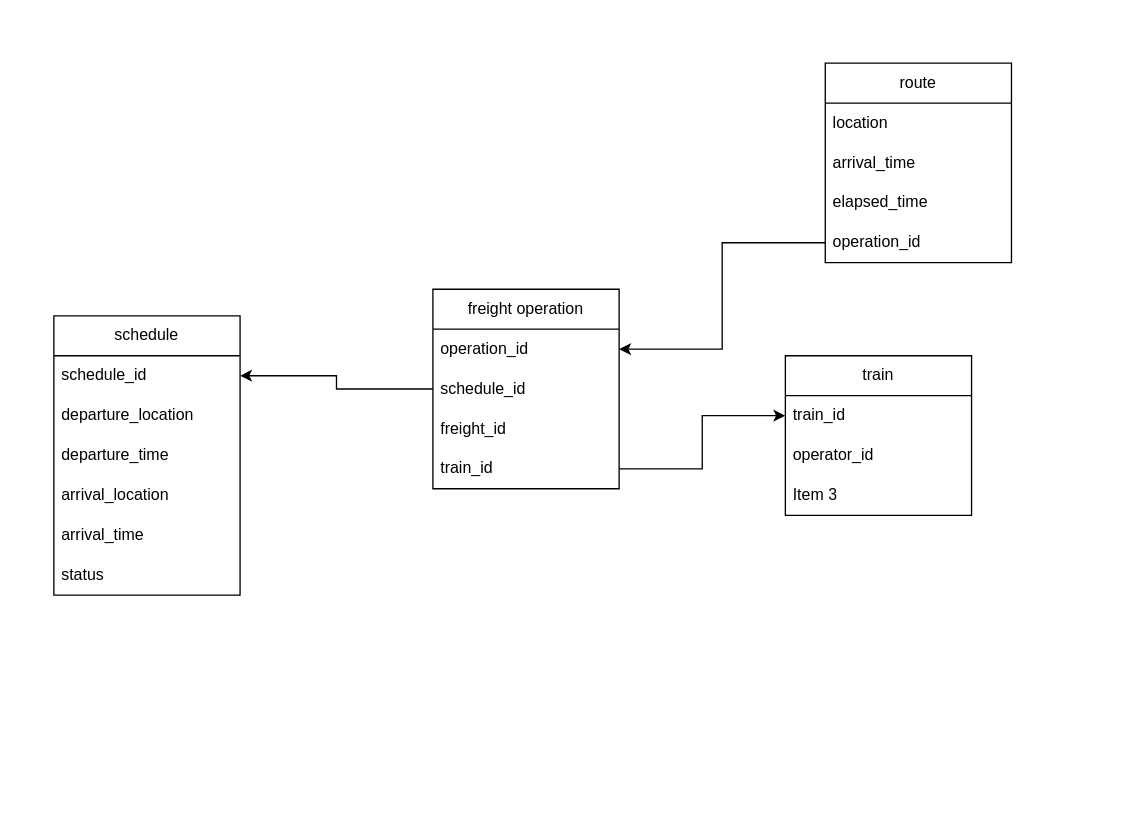
Earlier version of the draw.io diagram Untitled Diagram.drawio (Cconstantinee/test101). Source tidied: cells renumbered, new cells numbered last; positions are measured from the earlier drawing's top-left corner, leaving out a move shared by most shapes. Both pictures are drawn from the tidied source at 133%, with x=0, y=0 at pixel (53, 63).
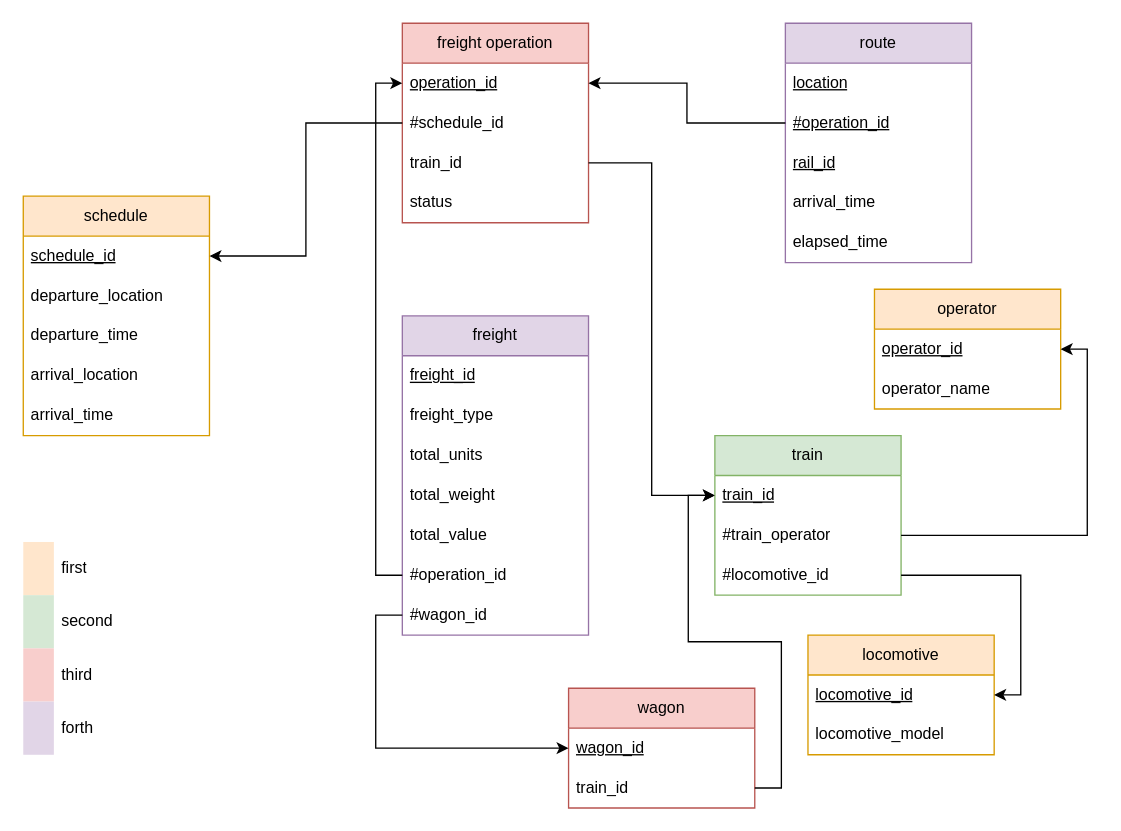
The same page after the edit.

The edit, as a diff of the source:
```diff
@@
-    <mxCell id="2" value="schedule" style="swimlane;fontStyle=0;horizontal=1;startSize=30;whiteSpace=wrap;html=1;" parent="1" vertex="1">
-      <mxGeometry y="190" width="140" height="210" as="geometry" />
+    <mxCell id="2" value="schedule" style="swimlane;fontStyle=0;horizontal=1;startSize=30;whiteSpace=wrap;html=1;fillColor=#ffe6cc;strokeColor=#d79b00;" parent="1" vertex="1">
+      <mxGeometry x="-23" y="100" width="140" height="180" as="geometry" />
     </mxCell>
-    <mxCell id="3" value="schedule_id" style="text;strokeColor=none;fillColor=none;align=left;verticalAlign=middle;spacingLeft=4;spacingRight=4;overflow=hidden;points=[[0,0.5],[1,0.5]];portConstraint=eastwest;whiteSpace=wrap;html=1;" parent="2" vertex="1">
+    <mxCell id="3" value="schedule_id" style="text;strokeColor=none;fillColor=none;align=left;verticalAlign=middle;spacingLeft=4;spacingRight=4;overflow=hidden;points=[[0,0.5],[1,0.5]];portConstraint=eastwest;whiteSpace=wrap;html=1;fontStyle=4;" parent="2" vertex="1">
       <mxGeometry y="30" width="140" height="30" as="geometry" />
     </mxCell>
@@
-    <mxCell id="8" value="status" style="text;strokeColor=none;fillColor=none;align=left;verticalAlign=middle;spacingLeft=4;spacingRight=4;overflow=hidden;whiteSpace=wrap;html=1;" parent="2" vertex="1">
-      <mxGeometry y="180" width="140" height="30" as="geometry" />
-    </mxCell>
-    <mxCell id="9" value="train" style="swimlane;fontStyle=0;horizontal=1;startSize=30;whiteSpace=wrap;html=1;" parent="1" vertex="1">
-      <mxGeometry x="550" y="220" width="140" height="120" as="geometry" />
+    <mxCell id="9" value="locomotive" style="swimlane;fontStyle=0;horizontal=1;startSize=30;whiteSpace=wrap;html=1;fillColor=#ffe6cc;strokeColor=#d79b00;" parent="1" vertex="1">
+      <mxGeometry x="567" y="430" width="140" height="90" as="geometry" />
     </mxCell>
-    <mxCell id="10" value="train_id" style="text;strokeColor=none;fillColor=none;align=left;verticalAlign=middle;spacingLeft=4;spacingRight=4;overflow=hidden;points=[[0,0.5],[1,0.5]];portConstraint=eastwest;whiteSpace=wrap;html=1;" parent="9" vertex="1">
+    <mxCell id="10" value="locomotive_id" style="text;strokeColor=none;fillColor=none;align=left;verticalAlign=middle;spacingLeft=4;spacingRight=4;overflow=hidden;points=[[0,0.5],[1,0.5]];portConstraint=eastwest;whiteSpace=wrap;html=1;fontStyle=4;" parent="9" vertex="1">
       <mxGeometry y="30" width="140" height="30" as="geometry" />
     </mxCell>
-    <mxCell id="11" value="operator_id" style="text;strokeColor=none;fillColor=none;align=left;verticalAlign=middle;spacingLeft=4;spacingRight=4;overflow=hidden;whiteSpace=wrap;html=1;" parent="9" vertex="1">
+    <mxCell id="11" value="locomotive_model" style="text;strokeColor=none;fillColor=none;align=left;verticalAlign=middle;spacingLeft=4;spacingRight=4;overflow=hidden;whiteSpace=wrap;html=1;" parent="9" vertex="1">
       <mxGeometry y="60" width="140" height="30" as="geometry" />
     </mxCell>
-    <mxCell id="12" value="Item 3" style="text;strokeColor=none;fillColor=none;align=left;verticalAlign=middle;spacingLeft=4;spacingRight=4;overflow=hidden;whiteSpace=wrap;html=1;" parent="9" vertex="1">
-      <mxGeometry y="90" width="140" height="30" as="geometry" />
-    </mxCell>
-    <mxCell id="13" value="freight operation" style="swimlane;fontStyle=0;horizontal=1;startSize=30;whiteSpace=wrap;html=1;" parent="1" vertex="1">
-      <mxGeometry x="285" y="170" width="140" height="150" as="geometry" />
+    <mxCell id="13" value="freight operation" style="swimlane;fontStyle=0;horizontal=1;startSize=30;whiteSpace=wrap;html=1;fillColor=#f8cecc;strokeColor=#b85450;" parent="1" vertex="1">
+      <mxGeometry x="262" y="-30" width="140" height="150" as="geometry" />
     </mxCell>
-    <mxCell id="14" value="operation_id" style="text;strokeColor=none;fillColor=none;align=left;verticalAlign=middle;spacingLeft=4;spacingRight=4;overflow=hidden;points=[[0,0.5],[1,0.5]];portConstraint=eastwest;whiteSpace=wrap;html=1;" parent="13" vertex="1">
+    <mxCell id="14" value="operation_id" style="text;strokeColor=none;fillColor=none;align=left;verticalAlign=middle;spacingLeft=4;spacingRight=4;overflow=hidden;points=[[0,0.5],[1,0.5]];portConstraint=eastwest;whiteSpace=wrap;html=1;fontStyle=4;" parent="13" vertex="1">
       <mxGeometry y="30" width="140" height="30" as="geometry" />
     </mxCell>
-    <mxCell id="15" value="schedule_id" style="text;strokeColor=none;fillColor=none;align=left;verticalAlign=middle;spacingLeft=4;spacingRight=4;overflow=hidden;points=[[0,0.5],[1,0.5]];portConstraint=eastwest;whiteSpace=wrap;html=1;" parent="13" vertex="1">
+    <mxCell id="15" value="#schedule_id" style="text;strokeColor=none;fillColor=none;align=left;verticalAlign=middle;spacingLeft=4;spacingRight=4;overflow=hidden;points=[[0,0.5],[1,0.5]];portConstraint=eastwest;whiteSpace=wrap;html=1;" parent="13" vertex="1">
       <mxGeometry y="60" width="140" height="30" as="geometry" />
     </mxCell>
-    <mxCell id="16" value="freight_id" style="text;strokeColor=none;fillColor=none;align=left;verticalAlign=middle;spacingLeft=4;spacingRight=4;overflow=hidden;points=[[0,0.5],[1,0.5]];portConstraint=eastwest;whiteSpace=wrap;html=1;" parent="13" vertex="1">
-      <mxGeometry y="90" width="140" height="30" as="geometry" />
-    </mxCell>
     <mxCell id="17" value="train_id" style="text;strokeColor=none;fillColor=none;align=left;verticalAlign=middle;spacingLeft=4;spacingRight=4;overflow=hidden;points=[[0,0.5],[1,0.5]];portConstraint=eastwest;whiteSpace=wrap;html=1;" parent="13" vertex="1">
-      <mxGeometry y="120" width="140" height="30" as="geometry" />
+      <mxGeometry y="90" width="140" height="30" as="geometry" />
     </mxCell>
+    <mxCell id="8" value="status" style="text;strokeColor=none;fillColor=none;align=left;verticalAlign=middle;spacingLeft=4;spacingRight=4;overflow=hidden;whiteSpace=wrap;html=1;" parent="13" vertex="1">
+      <mxGeometry y="120" width="140" height="30" as="geometry" />
+    </mxCell>
-    <mxCell id="18" style="edgeStyle=orthogonalEdgeStyle;rounded=0;jettySize=auto;html=1;exitX=1;exitY=0.5;exitDx=0;exitDy=0;entryX=0;entryY=0.5;entryDx=0;entryDy=0;" parent="1" edge="1" source="17" target="10">
+    <mxCell id="18" style="edgeStyle=orthogonalEdgeStyle;rounded=0;jettySize=auto;html=1;exitX=1;exitY=0.5;exitDx=0;exitDy=0;" parent="1" edge="1" source="17" target="36">
       <mxGeometry relative="1" as="geometry" />
     </mxCell>
@@
-    <mxCell id="20" value="route" style="swimlane;fontStyle=0;horizontal=1;startSize=30;whiteSpace=wrap;html=1;" parent="1" vertex="1">
-      <mxGeometry x="580" width="140" height="150" as="geometry" />
+    <mxCell id="20" value="route" style="swimlane;fontStyle=0;horizontal=1;startSize=30;whiteSpace=wrap;html=1;fillColor=#e1d5e7;strokeColor=#9673a6;" parent="1" vertex="1">
+      <mxGeometry x="550" y="-30" width="140" height="180" as="geometry" />
     </mxCell>
-    <mxCell id="21" value="location" style="text;strokeColor=none;fillColor=none;align=left;verticalAlign=middle;spacingLeft=4;spacingRight=4;overflow=hidden;whiteSpace=wrap;html=1;" parent="20" vertex="1">
+    <mxCell id="21" value="location" style="text;strokeColor=none;fillColor=none;align=left;verticalAlign=middle;spacingLeft=4;spacingRight=4;overflow=hidden;whiteSpace=wrap;html=1;fontStyle=4;" parent="20" vertex="1">
       <mxGeometry y="30" width="140" height="30" as="geometry" />
     </mxCell>
+    <mxCell id="24" value="#operation_id" style="text;strokeColor=none;fillColor=none;align=left;verticalAlign=middle;spacingLeft=4;spacingRight=4;overflow=hidden;points=[[0,0.5],[1,0.5]];portConstraint=eastwest;whiteSpace=wrap;html=1;fontStyle=4;" parent="20" vertex="1">
+      <mxGeometry y="60" width="140" height="30" as="geometry" />
+    </mxCell>
+    <mxCell id="26" value="&lt;div&gt;rail_id&lt;/div&gt;" style="text;strokeColor=none;fillColor=none;align=left;verticalAlign=middle;spacingLeft=4;spacingRight=4;overflow=hidden;whiteSpace=wrap;html=1;fontStyle=4;" parent="20" vertex="1">
+      <mxGeometry y="90" width="140" height="30" as="geometry" />
+    </mxCell>
     <mxCell id="22" value="arrival_time" style="text;strokeColor=none;fillColor=none;align=left;verticalAlign=middle;spacingLeft=4;spacingRight=4;overflow=hidden;whiteSpace=wrap;html=1;" parent="20" vertex="1">
-      <mxGeometry y="60" width="140" height="30" as="geometry" />
+      <mxGeometry y="120" width="140" height="30" as="geometry" />
     </mxCell>
     <mxCell id="23" value="elapsed_time" style="text;strokeColor=none;fillColor=none;align=left;verticalAlign=middle;spacingLeft=4;spacingRight=4;overflow=hidden;whiteSpace=wrap;html=1;" parent="20" vertex="1">
-      <mxGeometry y="90" width="140" height="30" as="geometry" />
+      <mxGeometry y="150" width="140" height="30" as="geometry" />
     </mxCell>
-    <mxCell id="24" value="operation_id" style="text;strokeColor=none;fillColor=none;align=left;verticalAlign=middle;spacingLeft=4;spacingRight=4;overflow=hidden;points=[[0,0.5],[1,0.5]];portConstraint=eastwest;whiteSpace=wrap;html=1;" parent="20" vertex="1">
-      <mxGeometry y="120" width="140" height="30" as="geometry" />
-    </mxCell>
@@
+    <mxCell id="27" value="freight" style="swimlane;fontStyle=0;horizontal=1;startSize=30;whiteSpace=wrap;html=1;fillColor=#e1d5e7;strokeColor=#9673a6;" parent="1" vertex="1">
+      <mxGeometry x="262" y="190" width="140" height="240" as="geometry" />
+    </mxCell>
+    <mxCell id="16" value="freight_id" style="text;strokeColor=none;fillColor=none;align=left;verticalAlign=middle;spacingLeft=4;spacingRight=4;overflow=hidden;points=[[0,0.5],[1,0.5]];portConstraint=eastwest;whiteSpace=wrap;html=1;fontStyle=4;" parent="27" vertex="1">
+      <mxGeometry y="30" width="140" height="30" as="geometry" />
+    </mxCell>
+    <mxCell id="28" value="freight_type" style="text;strokeColor=none;fillColor=none;align=left;verticalAlign=middle;spacingLeft=4;spacingRight=4;overflow=hidden;whiteSpace=wrap;html=1;" parent="27" vertex="1">
+      <mxGeometry y="60" width="140" height="30" as="geometry" />
+    </mxCell>
+    <mxCell id="29" value="total_units" style="text;strokeColor=none;fillColor=none;align=left;verticalAlign=middle;spacingLeft=4;spacingRight=4;overflow=hidden;whiteSpace=wrap;html=1;" parent="27" vertex="1">
+      <mxGeometry y="90" width="140" height="30" as="geometry" />
+    </mxCell>
+    <mxCell id="30" value="total_weight" style="text;strokeColor=none;fillColor=none;align=left;verticalAlign=middle;spacingLeft=4;spacingRight=4;overflow=hidden;whiteSpace=wrap;html=1;" parent="27" vertex="1">
+      <mxGeometry y="120" width="140" height="30" as="geometry" />
+    </mxCell>
+    <mxCell id="31" value="total_value" style="text;strokeColor=none;fillColor=none;align=left;verticalAlign=middle;spacingLeft=4;spacingRight=4;overflow=hidden;whiteSpace=wrap;html=1;" parent="27" vertex="1">
+      <mxGeometry y="150" width="140" height="30" as="geometry" />
+    </mxCell>
+    <mxCell id="32" value="#operation_id" style="text;strokeColor=none;fillColor=none;align=left;verticalAlign=middle;spacingLeft=4;spacingRight=4;overflow=hidden;points=[[0,0.5],[1,0.5]];portConstraint=eastwest;whiteSpace=wrap;html=1;" parent="27" vertex="1">
+      <mxGeometry y="180" width="140" height="30" as="geometry" />
+    </mxCell>
+    <mxCell id="33" value="#wagon_id" style="text;strokeColor=none;fillColor=none;align=left;verticalAlign=middle;spacingLeft=4;spacingRight=4;overflow=hidden;points=[[0,0.5],[1,0.5]];portConstraint=eastwest;whiteSpace=wrap;html=1;" parent="27" vertex="1">
+      <mxGeometry y="210" width="140" height="30" as="geometry" />
+    </mxCell>
+    <mxCell id="34" style="edgeStyle=orthogonalEdgeStyle;rounded=0;jettySize=auto;html=1;exitX=0;exitY=0.5;exitDx=0;exitDy=0;entryX=0;entryY=0.5;entryDx=0;entryDy=0;" parent="1" edge="1" target="16">
+      <mxGeometry relative="1" as="geometry" />
+    </mxCell>
+    <mxCell id="35" value="train" style="swimlane;fontStyle=0;horizontal=1;startSize=30;whiteSpace=wrap;html=1;fillColor=#d5e8d4;strokeColor=#82b366;" parent="1" vertex="1">
+      <mxGeometry x="497" y="280" width="140" height="120" as="geometry" />
+    </mxCell>
+    <mxCell id="36" value="train_id" style="text;strokeColor=none;fillColor=none;align=left;verticalAlign=middle;spacingLeft=4;spacingRight=4;overflow=hidden;points=[[0,0.5],[1,0.5]];portConstraint=eastwest;whiteSpace=wrap;html=1;fontStyle=4;" parent="35" vertex="1">
+      <mxGeometry y="30" width="140" height="30" as="geometry" />
+    </mxCell>
+    <mxCell id="37" value="#train_operator" style="text;strokeColor=none;fillColor=none;align=left;verticalAlign=middle;spacingLeft=4;spacingRight=4;overflow=hidden;whiteSpace=wrap;html=1;" parent="35" vertex="1">
+      <mxGeometry y="60" width="140" height="30" as="geometry" />
+    </mxCell>
+    <mxCell id="38" value="#locomotive_id" style="text;strokeColor=none;fillColor=none;align=left;verticalAlign=middle;spacingLeft=4;spacingRight=4;overflow=hidden;points=[[0,0.5],[1,0.5]];portConstraint=eastwest;whiteSpace=wrap;html=1;" parent="35" vertex="1">
+      <mxGeometry y="90" width="140" height="30" as="geometry" />
+    </mxCell>
+    <mxCell id="39" style="edgeStyle=orthogonalEdgeStyle;rounded=0;jettySize=auto;html=1;entryX=1;entryY=0.5;entryDx=0;entryDy=0;" parent="1" edge="1" source="38" target="10">
+      <mxGeometry relative="1" as="geometry" />
+    </mxCell>
+    <mxCell id="40" value="wagon" style="swimlane;fontStyle=0;horizontal=1;startSize=30;whiteSpace=wrap;html=1;fillColor=#f8cecc;strokeColor=#b85450;" parent="1" vertex="1">
+      <mxGeometry x="387" y="470" width="140" height="90" as="geometry" />
+    </mxCell>
+    <mxCell id="41" value="wagon_id" style="text;strokeColor=none;fillColor=none;align=left;verticalAlign=middle;spacingLeft=4;spacingRight=4;overflow=hidden;points=[[0,0.5],[1,0.5]];portConstraint=eastwest;whiteSpace=wrap;html=1;fontStyle=4;" parent="40" vertex="1">
+      <mxGeometry y="30" width="140" height="30" as="geometry" />
+    </mxCell>
+    <mxCell id="42" value="train_id" style="text;strokeColor=none;fillColor=none;align=left;verticalAlign=middle;spacingLeft=4;spacingRight=4;overflow=hidden;points=[[0,0.5],[1,0.5]];portConstraint=eastwest;whiteSpace=wrap;html=1;" parent="40" vertex="1">
+      <mxGeometry y="60" width="140" height="30" as="geometry" />
+    </mxCell>
+    <mxCell id="43" style="edgeStyle=orthogonalEdgeStyle;rounded=0;jettySize=auto;html=1;exitX=1;exitY=0.5;exitDx=0;exitDy=0;entryX=0;entryY=0.5;entryDx=0;entryDy=0;" parent="1" edge="1" source="42" target="36">
+      <mxGeometry relative="1" as="geometry" />
+    </mxCell>
+    <mxCell id="44" value="operator" style="swimlane;fontStyle=0;horizontal=1;startSize=30;whiteSpace=wrap;html=1;fillColor=#ffe6cc;strokeColor=#d79b00;" parent="1" vertex="1">
+      <mxGeometry x="617" y="170" width="140" height="90" as="geometry" />
+    </mxCell>
+    <mxCell id="45" value="operator_id" style="text;strokeColor=none;fillColor=none;align=left;verticalAlign=middle;spacingLeft=4;spacingRight=4;overflow=hidden;whiteSpace=wrap;html=1;fontStyle=4;" parent="44" vertex="1">
+      <mxGeometry y="30" width="140" height="30" as="geometry" />
+    </mxCell>
+    <mxCell id="46" value="operator_name" style="text;strokeColor=none;fillColor=none;align=left;verticalAlign=middle;spacingLeft=4;spacingRight=4;overflow=hidden;whiteSpace=wrap;html=1;" parent="44" vertex="1">
+      <mxGeometry y="60" width="140" height="30" as="geometry" />
+    </mxCell>
+    <mxCell id="47" style="edgeStyle=orthogonalEdgeStyle;rounded=0;jettySize=auto;html=1;entryX=1;entryY=0.5;entryDx=0;entryDy=0;" parent="1" edge="1" target="44">
+      <mxGeometry relative="1" as="geometry">
+        <mxPoint x="637" y="355" as="sourcePoint" />
+        <Array as="points">
+          <mxPoint x="777" y="355" />
+          <mxPoint x="777" y="215" />
+        </Array>
+      </mxGeometry>
+    </mxCell>
+    <mxCell id="48" style="edgeStyle=orthogonalEdgeStyle;rounded=0;jettySize=auto;html=1;entryX=0;entryY=0.5;entryDx=0;entryDy=0;" parent="1" edge="1" target="16">
+      <mxGeometry relative="1" as="geometry" />
+    </mxCell>
+    <mxCell id="49" style="edgeStyle=orthogonalEdgeStyle;rounded=0;jettySize=auto;html=1;entryX=0;entryY=0.5;entryDx=0;entryDy=0;" parent="1" edge="1" source="32" target="14">
+      <mxGeometry relative="1" as="geometry" />
+    </mxCell>
+    <mxCell id="50" style="edgeStyle=orthogonalEdgeStyle;rounded=0;jettySize=auto;html=1;exitX=0;exitY=0.5;exitDx=0;exitDy=0;entryX=0;entryY=0.5;entryDx=0;entryDy=0;" parent="1" edge="1" source="33" target="41">
+      <mxGeometry relative="1" as="geometry" />
+    </mxCell>
+    <mxCell id="51" style="shape=table;startSize=0;childLayout=tableLayout;swimlaneLine=1;fillColor=none;strokeColor=none;" parent="1" vertex="1">
+      <mxGeometry x="-23" y="360" width="120" height="160" as="geometry" />
+    </mxCell>
+    <mxCell id="52" style="shape=tableRow;horizontal=0;startSize=0;swimlaneHead=0;swimlaneBody=0;strokeColor=inherit;top=0;left=0;bottom=0;right=0;fillColor=none;swimlaneLine=1;" parent="51" vertex="1">
+      <mxGeometry width="120" height="40" as="geometry" />
+    </mxCell>
+    <mxCell id="53" style="shape=partialRectangle;html=1;whiteSpace=wrap;strokeColor=#d79b00;overflow=hidden;fillColor=#ffe6cc;top=0;left=0;bottom=0;right=0;swimlaneLine=1;" parent="52" vertex="1">
+      <mxGeometry width="23" height="40" as="geometry" />
+    </mxCell>
+    <mxCell id="54" value="first" style="shape=partialRectangle;html=1;whiteSpace=wrap;strokeColor=inherit;overflow=hidden;fillColor=none;top=0;left=0;bottom=0;right=0;swimlaneLine=1;align=left;spacingLeft=4;" parent="52" vertex="1">
+      <mxGeometry x="23" width="97" height="40" as="geometry" />
+    </mxCell>
+    <mxCell id="55" style="shape=tableRow;horizontal=0;startSize=0;swimlaneHead=0;swimlaneBody=0;strokeColor=inherit;top=0;left=0;bottom=0;right=0;fillColor=none;swimlaneLine=1;" parent="51" vertex="1">
+      <mxGeometry y="40" width="120" height="40" as="geometry" />
+    </mxCell>
+    <mxCell id="56" style="shape=partialRectangle;html=1;whiteSpace=wrap;strokeColor=#82b366;overflow=hidden;fillColor=#d5e8d4;top=0;left=0;bottom=0;right=0;swimlaneLine=1;" parent="55" vertex="1">
+      <mxGeometry width="23" height="40" as="geometry" />
+    </mxCell>
+    <mxCell id="57" value="second" style="shape=partialRectangle;html=1;whiteSpace=wrap;strokeColor=inherit;overflow=hidden;fillColor=none;top=0;left=0;bottom=0;right=0;swimlaneLine=1;align=left;spacingLeft=4;" parent="55" vertex="1">
+      <mxGeometry x="23" width="97" height="40" as="geometry" />
+    </mxCell>
+    <mxCell id="58" style="shape=tableRow;horizontal=0;startSize=0;swimlaneHead=0;swimlaneBody=0;strokeColor=inherit;top=0;left=0;bottom=0;right=0;fillColor=none;swimlaneLine=1;" parent="51" vertex="1">
+      <mxGeometry y="80" width="120" height="40" as="geometry" />
+    </mxCell>
+    <mxCell id="59" style="shape=partialRectangle;html=1;whiteSpace=wrap;strokeColor=#b85450;overflow=hidden;fillColor=#f8cecc;top=0;left=0;bottom=0;right=0;swimlaneLine=1;" parent="58" vertex="1">
+      <mxGeometry width="23" height="40" as="geometry" />
+    </mxCell>
+    <mxCell id="60" value="third" style="shape=partialRectangle;html=1;whiteSpace=wrap;strokeColor=inherit;overflow=hidden;fillColor=none;top=0;left=0;bottom=0;right=0;swimlaneLine=1;align=left;spacingLeft=4;" parent="58" vertex="1">
+      <mxGeometry x="23" width="97" height="40" as="geometry" />
+    </mxCell>
+    <mxCell id="61" style="shape=tableRow;horizontal=0;startSize=0;swimlaneHead=0;swimlaneBody=0;strokeColor=inherit;top=0;left=0;bottom=0;right=0;fillColor=none;swimlaneLine=1;" parent="51" vertex="1">
+      <mxGeometry y="120" width="120" height="40" as="geometry" />
+    </mxCell>
+    <mxCell id="62" style="shape=partialRectangle;html=1;whiteSpace=wrap;strokeColor=#9673a6;overflow=hidden;fillColor=#e1d5e7;top=0;left=0;bottom=0;right=0;swimlaneLine=1;" parent="61" vertex="1">
+      <mxGeometry width="23" height="40" as="geometry" />
+    </mxCell>
+    <mxCell id="63" value="forth" style="shape=partialRectangle;html=1;whiteSpace=wrap;strokeColor=inherit;overflow=hidden;fillColor=none;top=0;left=0;bottom=0;right=0;swimlaneLine=1;align=left;spacingLeft=4;" parent="61" vertex="1">
+      <mxGeometry x="23" width="97" height="40" as="geometry" />
+    </mxCell>
```
